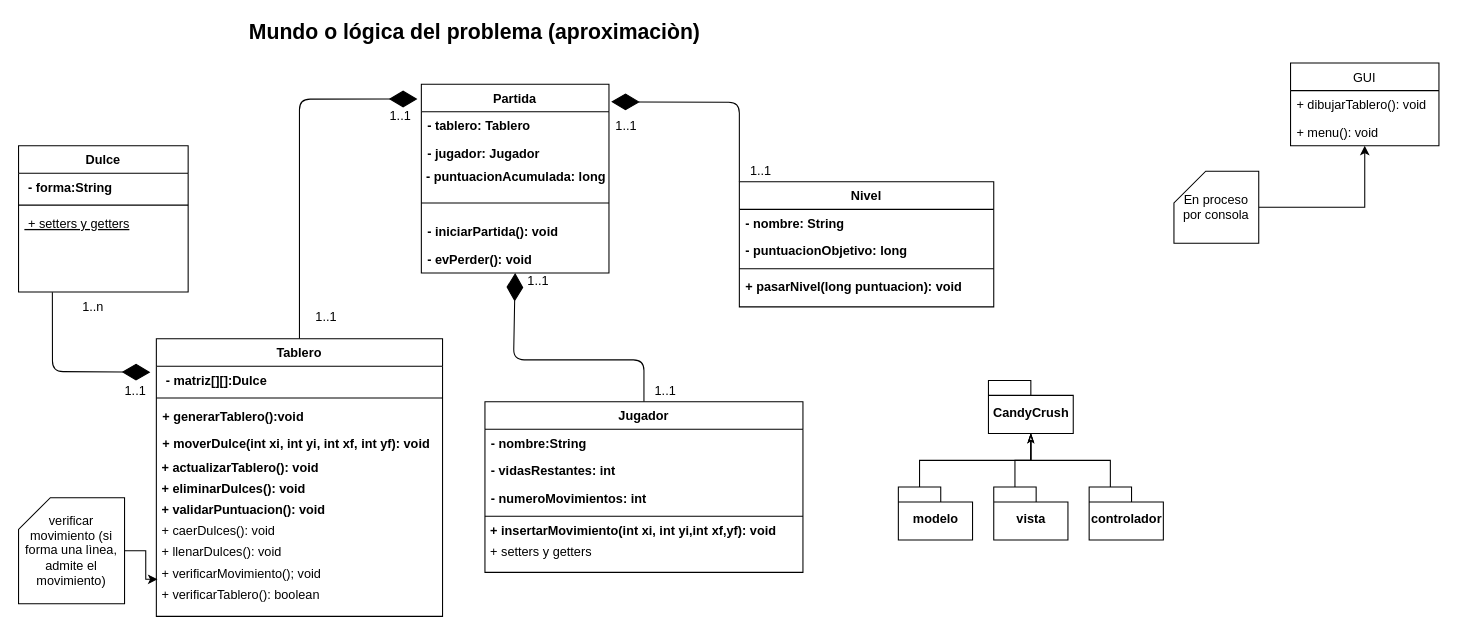
The draw.io diagram Model/CandyCrush.drawio in JeanCarlos911/candy-crush, before the edit. Source tidied: cells renumbered, new cells numbered last; positions are measured from the earlier drawing's top-left corner, leaving out a move shared by most shapes. Both pictures are drawn from the tidied source at 106%, with x=0, y=0 at pixel (18, 20).
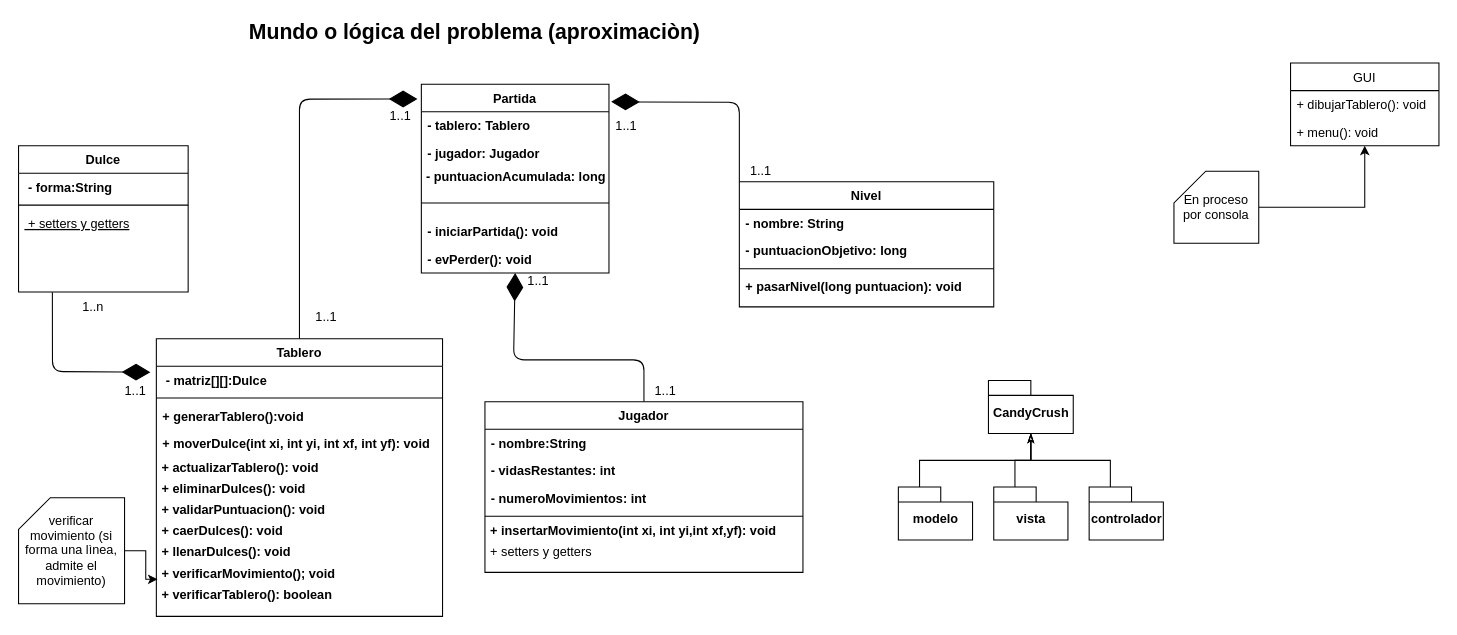
After the change.

Commit message (it also covers changes not shown here):
Archivo con la descripcion de los requerimientos

Unchanged cells that the change refers to:
```xml
<mxCell id="24" value="Tablero&#10;" style="swimlane;fontStyle=1;align=center;verticalAlign=top;horizontal=1;startSize=26;rounded=0;shadow=0;strokeWidth=1;" parent="1" vertex="1">
  <mxGeometry x="130" y="300" width="270" height="262" as="geometry" />
</mxCell>
```

What changed in the source:
```diff
@@
-    <mxCell id="32" value="&amp;nbsp;+ caerDulces(): void" style="text;html=1;align=left;verticalAlign=middle;" parent="24" vertex="1">
+    <mxCell id="32" value="&lt;b&gt;&amp;nbsp;+ caerDulces(): void&lt;/b&gt;" style="text;html=1;align=left;verticalAlign=middle;" parent="24" vertex="1">
       <mxGeometry y="172" width="270" height="20" as="geometry" />
     </mxCell>
-    <mxCell id="33" value="&amp;nbsp;+ llenarDulces(): void" style="text;html=1;align=left;verticalAlign=middle;" parent="24" vertex="1">
+    <mxCell id="33" value="&lt;b&gt;&amp;nbsp;+ llenarDulces(): void&lt;/b&gt;" style="text;html=1;align=left;verticalAlign=middle;" parent="24" vertex="1">
       <mxGeometry y="192" width="270" height="20" as="geometry" />
     </mxCell>
-    <mxCell id="34" value="&amp;nbsp;+ verificarMovimiento(); void" style="text;html=1;align=left;verticalAlign=middle;points=[];" parent="24" vertex="1">
+    <mxCell id="34" value="&lt;b&gt;&amp;nbsp;+ verificarMovimiento(); void&lt;/b&gt;" style="text;html=1;align=left;verticalAlign=middle;points=[];" parent="24" vertex="1">
       <mxGeometry y="212" width="270" height="20" as="geometry" />
     </mxCell>
-    <mxCell id="35" value="&amp;nbsp;+ verificarTablero(): boolean" style="text;html=1;align=left;verticalAlign=middle;" parent="24" vertex="1">
+    <mxCell id="35" value="&lt;b&gt;&amp;nbsp;+ verificarTablero(): boolean&lt;/b&gt;" style="text;html=1;align=left;verticalAlign=middle;" parent="24" vertex="1">
       <mxGeometry y="232" width="270" height="20" as="geometry" />
     </mxCell>
```
